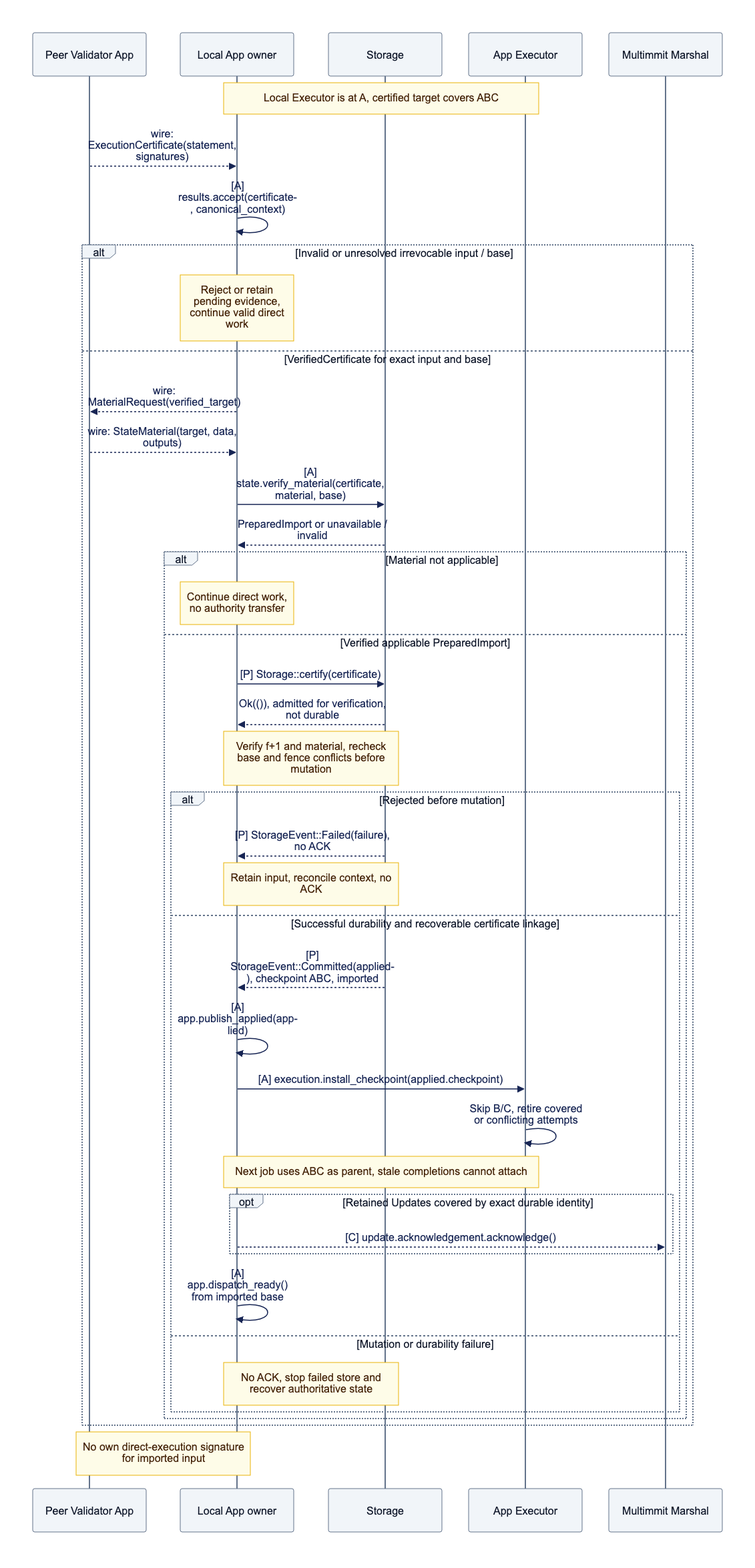
Above: docs/assets/diagrams/diagram-14.png in djm07073/baton (Mermaid), before the change. Its source is kept beside it as docs/assets/diagrams/diagram-14.mmd. Source of this version:
```mermaid
sequenceDiagram
    participant P as Peer Validator App
    participant A as Local App owner
    participant S as Storage
    participant E as App Executor
    participant M as Multimmit Marshal
    Note over A,E: Local Executor is at A, certified target covers ABC
    P-->>A: wire: ExecutionCertificate(statement, signatures)
    A->>A: [A] results.accept(certificate, canonical_context)
    alt Invalid or unresolved irrevocable input / base
        Note over A: Reject or retain pending evidence, continue valid direct work
    else VerifiedCertificate for exact input and base
        A-->>P: wire: MaterialRequest(verified_target)
        P-->>A: wire: StateMaterial(target, data, outputs)
        A->>S: [A] state.verify_material(certificate, material, base)
        S-->>A: PreparedImport or unavailable / invalid
        alt Material not applicable
            Note over A: Continue direct work, no authority transfer
        else Verified applicable PreparedImport
            A->>S: [P] Storage::certify(certificate)
            S-->>A: Ok(()), admitted for verification, not durable
            Note over A,S: Verify f+1 and material, recheck base and fence conflicts before mutation
            alt Rejected before mutation
                S-->>A: [P] StorageEvent::Failed(failure), no ACK
                Note over A,S: Retain input, reconcile context, no ACK
            else Successful durability and recoverable certificate linkage
                S-->>A: [P] StorageEvent::Committed(applied), checkpoint ABC, imported
                A->>A: [A] app.publish_applied(applied)
                A->>E: [A] execution.install_checkpoint(applied.checkpoint)
                E->>E: Skip B/C, retire covered or conflicting attempts
                Note over A,E: Next job uses ABC as parent, stale completions cannot attach
                opt Retained Updates covered by exact durable identity
                    A-->>M: [C] update.acknowledgement.acknowledge()
                end
                A->>A: [A] app.dispatch_ready() from imported base
            else Mutation or durability failure
                Note over A,S: No ACK, stop failed store and recover authoritative state
            end
        end
    end
    Note over P,A: No own direct-execution signature for imported input
```
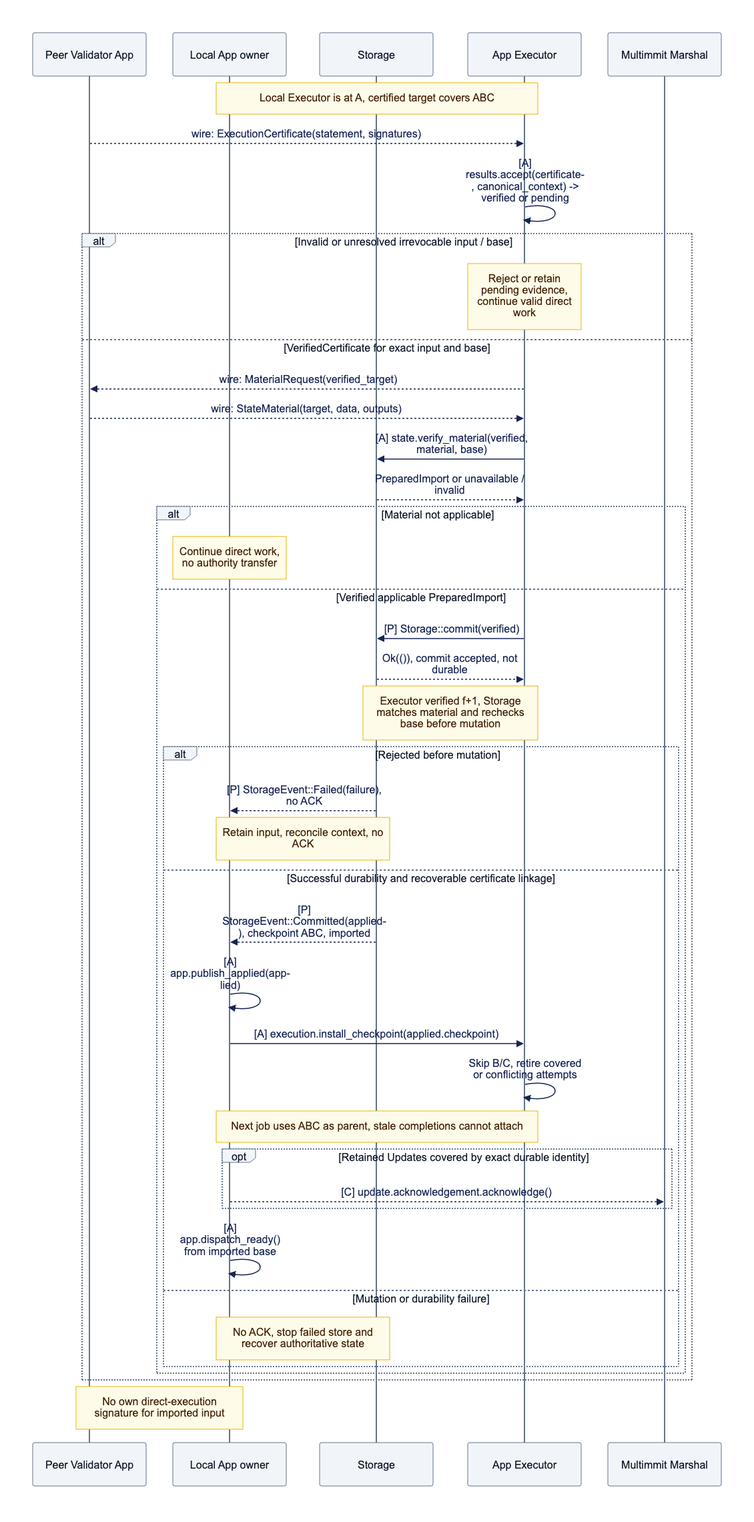
The same file after the commit.

What changed in the source:
```diff
@@ -5,21 +5,21 @@
     participant E as App Executor
     participant M as Multimmit Marshal
     Note over A,E: Local Executor is at A, certified target covers ABC
-    P-->>A: wire: ExecutionCertificate(statement, signatures)
-    A->>A: [A] results.accept(certificate, canonical_context)
+    P-->>E: wire: ExecutionCertificate(statement, signatures)
+    E->>E: [A] results.accept(certificate, canonical_context) -> verified or pending
     alt Invalid or unresolved irrevocable input / base
-        Note over A: Reject or retain pending evidence, continue valid direct work
+        Note over E: Reject or retain pending evidence, continue valid direct work
     else VerifiedCertificate for exact input and base
-        A-->>P: wire: MaterialRequest(verified_target)
-        P-->>A: wire: StateMaterial(target, data, outputs)
-        A->>S: [A] state.verify_material(certificate, material, base)
-        S-->>A: PreparedImport or unavailable / invalid
+        E-->>P: wire: MaterialRequest(verified_target)
+        P-->>E: wire: StateMaterial(target, data, outputs)
+        E->>S: [A] state.verify_material(verified, material, base)
+        S-->>E: PreparedImport or unavailable / invalid
         alt Material not applicable
             Note over A: Continue direct work, no authority transfer
         else Verified applicable PreparedImport
-            A->>S: [P] Storage::certify(certificate)
-            S-->>A: Ok(()), admitted for verification, not durable
-            Note over A,S: Verify f+1 and material, recheck base and fence conflicts before mutation
+            E->>S: [P] Storage::commit(verified)
+            S-->>E: Ok(()), commit accepted, not durable
+            Note over E,S: Executor verified f+1, Storage matches material and rechecks base before mutation
             alt Rejected before mutation
                 S-->>A: [P] StorageEvent::Failed(failure), no ACK
                 Note over A,S: Retain input, reconcile context, no ACK
```
